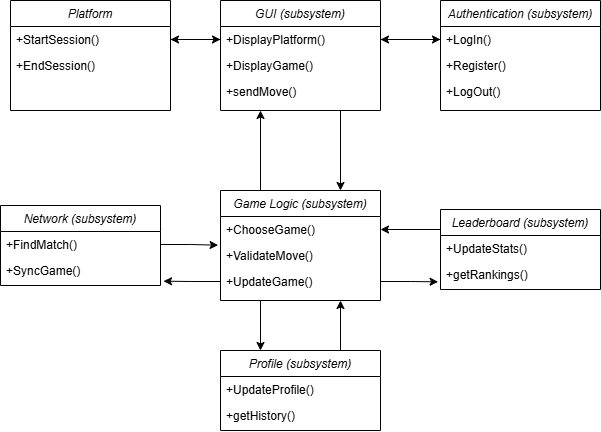
kelsierfin/BasicGamingPlatform keeps this draw.io diagram as Integration Team Files/Class_Diagram_Integration.drawio.png. Above is the earlier version. Source tidied: cells renumbered, new cells last; positions are measured from the earlier drawing's top-left corner, leaving out a move shared by most shapes.
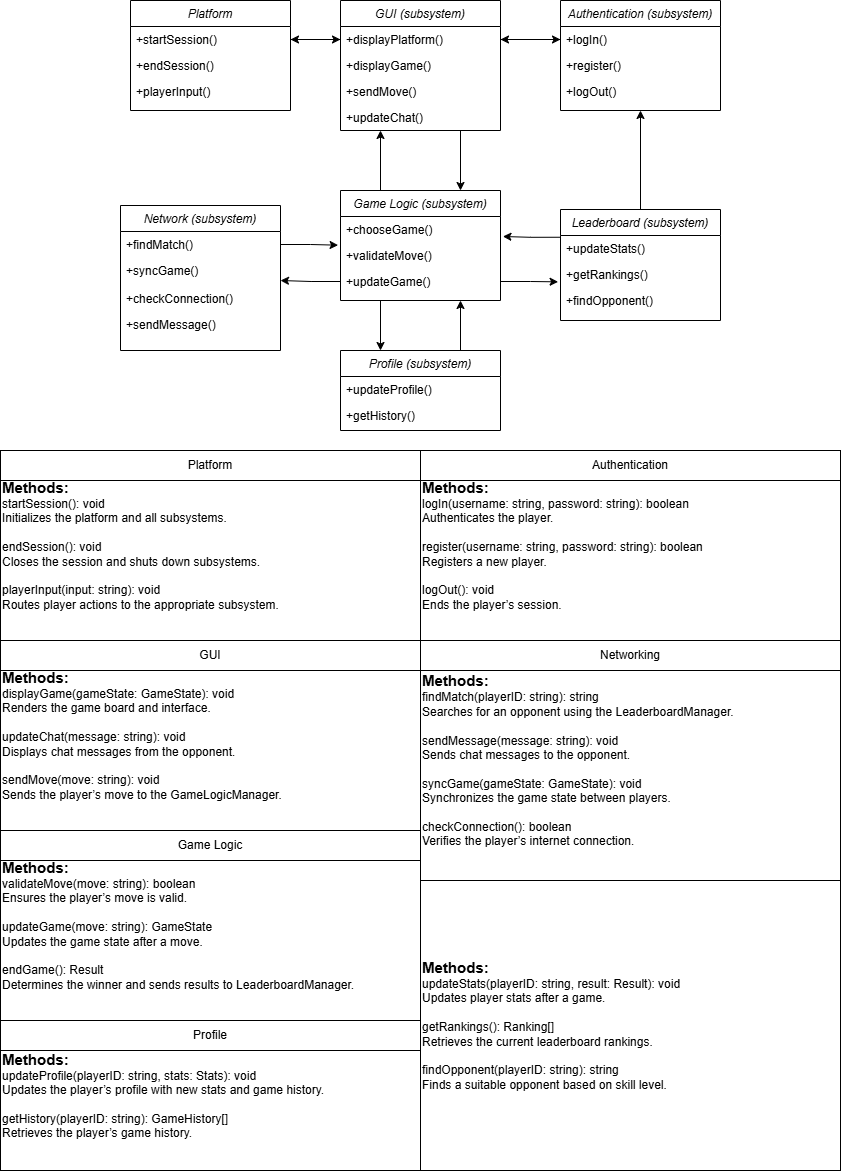
The same diagram one commit later.

The edit, as a diff of the source:
```diff
@@ -6,26 +6,32 @@
       <mxGeometry relative="1" as="geometry" />
     </mxCell>
     <mxCell id="3" value="GUI (subsystem)" style="swimlane;fontStyle=2;align=center;verticalAlign=top;horizontal=1;startSize=26;rounded=0;shadow=0;strokeWidth=1;" parent="1" vertex="1">
-      <mxGeometry x="220" width="160" height="110" as="geometry" />
+      <mxGeometry x="220" width="160" height="130" as="geometry" />
     </mxCell>
-    <mxCell id="4" value="+DisplayPlatform()" style="text;align=left;verticalAlign=top;spacingLeft=4;spacingRight=4;overflow=hidden;points=[[0,0.5],[1,0.5]];portConstraint=eastwest;" parent="3" vertex="1">
+    <mxCell id="4" value="+displayPlatform()" style="text;align=left;verticalAlign=top;spacingLeft=4;spacingRight=4;overflow=hidden;points=[[0,0.5],[1,0.5]];portConstraint=eastwest;" parent="3" vertex="1">
       <mxGeometry y="26" width="160" height="26" as="geometry" />
     </mxCell>
-    <mxCell id="5" value="+DisplayGame()" style="text;align=left;verticalAlign=top;spacingLeft=4;spacingRight=4;overflow=hidden;rounded=0;shadow=0;html=0;" parent="3" vertex="1">
+    <mxCell id="5" value="+displayGame()" style="text;align=left;verticalAlign=top;spacingLeft=4;spacingRight=4;overflow=hidden;rounded=0;shadow=0;html=0;" parent="3" vertex="1">
       <mxGeometry y="52" width="160" height="26" as="geometry" />
     </mxCell>
     <mxCell id="6" value="+sendMove()" style="text;align=left;verticalAlign=top;spacingLeft=4;spacingRight=4;overflow=hidden;rounded=0;shadow=0;html=0;" parent="3" vertex="1">
       <mxGeometry y="78" width="160" height="26" as="geometry" />
     </mxCell>
+    <mxCell id="38" value="+updateChat()" style="text;align=left;verticalAlign=top;spacingLeft=4;spacingRight=4;overflow=hidden;rounded=0;shadow=0;html=0;" parent="3" vertex="1">
+      <mxGeometry y="104" width="160" height="26" as="geometry" />
+    </mxCell>
     <mxCell id="7" value="Platform" style="swimlane;fontStyle=2;align=center;verticalAlign=top;horizontal=1;startSize=26;rounded=0;shadow=0;strokeWidth=1;" parent="1" vertex="1">
       <mxGeometry x="10" width="160" height="110" as="geometry" />
     </mxCell>
-    <mxCell id="8" value="+StartSession()" style="text;align=left;verticalAlign=top;spacingLeft=4;spacingRight=4;overflow=hidden;points=[[0,0.5],[1,0.5]];portConstraint=eastwest;" parent="7" vertex="1">
+    <mxCell id="8" value="+startSession()" style="text;align=left;verticalAlign=top;spacingLeft=4;spacingRight=4;overflow=hidden;points=[[0,0.5],[1,0.5]];portConstraint=eastwest;" parent="7" vertex="1">
       <mxGeometry y="26" width="160" height="26" as="geometry" />
     </mxCell>
-    <mxCell id="9" value="+EndSession()" style="text;align=left;verticalAlign=top;spacingLeft=4;spacingRight=4;overflow=hidden;rounded=0;shadow=0;html=0;" parent="7" vertex="1">
+    <mxCell id="9" value="+endSession()" style="text;align=left;verticalAlign=top;spacingLeft=4;spacingRight=4;overflow=hidden;rounded=0;shadow=0;html=0;" parent="7" vertex="1">
       <mxGeometry y="52" width="160" height="26" as="geometry" />
     </mxCell>
+    <mxCell id="39" value="+playerInput()" style="text;align=left;verticalAlign=top;spacingLeft=4;spacingRight=4;overflow=hidden;rounded=0;shadow=0;html=0;" parent="7" vertex="1">
+      <mxGeometry y="78" width="160" height="26" as="geometry" />
+    </mxCell>
     <mxCell id="10" value="Authentication (subsystem)" style="swimlane;fontStyle=2;align=center;verticalAlign=top;horizontal=1;startSize=26;rounded=0;shadow=0;strokeWidth=1;" parent="1" vertex="1">
       <mxGeometry x="440" width="160" height="110" as="geometry" />
     </mxCell>
@@ -34,13 +40,13 @@
         <mxPoint x="-60" y="39" as="targetPoint" />
       </mxGeometry>
     </mxCell>
-    <mxCell id="12" value="+LogIn()" style="text;align=left;verticalAlign=top;spacingLeft=4;spacingRight=4;overflow=hidden;points=[[0,0.5],[1,0.5]];portConstraint=eastwest;" parent="10" vertex="1">
+    <mxCell id="12" value="+logIn()" style="text;align=left;verticalAlign=top;spacingLeft=4;spacingRight=4;overflow=hidden;points=[[0,0.5],[1,0.5]];portConstraint=eastwest;" parent="10" vertex="1">
       <mxGeometry y="26" width="160" height="26" as="geometry" />
     </mxCell>
-    <mxCell id="13" value="+Register()" style="text;align=left;verticalAlign=top;spacingLeft=4;spacingRight=4;overflow=hidden;rounded=0;shadow=0;html=0;" parent="10" vertex="1">
+    <mxCell id="13" value="+register()" style="text;align=left;verticalAlign=top;spacingLeft=4;spacingRight=4;overflow=hidden;rounded=0;shadow=0;html=0;" parent="10" vertex="1">
       <mxGeometry y="52" width="160" height="26" as="geometry" />
     </mxCell>
-    <mxCell id="14" value="+LogOut()" style="text;align=left;verticalAlign=top;spacingLeft=4;spacingRight=4;overflow=hidden;rounded=0;shadow=0;html=0;" parent="10" vertex="1">
+    <mxCell id="14" value="+logOut()" style="text;align=left;verticalAlign=top;spacingLeft=4;spacingRight=4;overflow=hidden;rounded=0;shadow=0;html=0;" parent="10" vertex="1">
       <mxGeometry y="78" width="160" height="26" as="geometry" />
     </mxCell>
     <mxCell id="15" style="edgeStyle=orthogonalEdgeStyle;rounded=0;jettySize=auto;html=1;exitX=0.25;exitY=0;exitDx=0;exitDy=0;entryX=0.25;entryY=1;entryDx=0;entryDy=0;" parent="1" edge="1" source="17" target="3">
@@ -52,43 +58,55 @@
     <mxCell id="17" value="Game Logic (subsystem)" style="swimlane;fontStyle=2;align=center;verticalAlign=top;horizontal=1;startSize=26;rounded=0;shadow=0;strokeWidth=1;" parent="1" vertex="1">
       <mxGeometry x="220" y="190" width="160" height="110" as="geometry" />
     </mxCell>
-    <mxCell id="18" value="+ChooseGame()" style="text;align=left;verticalAlign=top;spacingLeft=4;spacingRight=4;overflow=hidden;points=[[0,0.5],[1,0.5]];portConstraint=eastwest;" parent="17" vertex="1">
+    <mxCell id="18" value="+chooseGame()" style="text;align=left;verticalAlign=top;spacingLeft=4;spacingRight=4;overflow=hidden;points=[[0,0.5],[1,0.5]];portConstraint=eastwest;" parent="17" vertex="1">
       <mxGeometry y="26" width="160" height="26" as="geometry" />
     </mxCell>
-    <mxCell id="19" value="+ValidateMove()" style="text;align=left;verticalAlign=top;spacingLeft=4;spacingRight=4;overflow=hidden;points=[[0,0.5],[1,0.5]];portConstraint=eastwest;rounded=0;shadow=0;html=0;" parent="17" vertex="1">
+    <mxCell id="19" value="+validateMove()" style="text;align=left;verticalAlign=top;spacingLeft=4;spacingRight=4;overflow=hidden;points=[[0,0.5],[1,0.5]];portConstraint=eastwest;rounded=0;shadow=0;html=0;" parent="17" vertex="1">
       <mxGeometry y="52" width="160" height="26" as="geometry" />
     </mxCell>
-    <mxCell id="20" value="+UpdateGame()" style="text;align=left;verticalAlign=top;spacingLeft=4;spacingRight=4;overflow=hidden;points=[[0,0.5],[1,0.5]];portConstraint=eastwest;rounded=0;shadow=0;html=0;" parent="17" vertex="1">
+    <mxCell id="20" value="+updateGame()" style="text;align=left;verticalAlign=top;spacingLeft=4;spacingRight=4;overflow=hidden;points=[[0,0.5],[1,0.5]];portConstraint=eastwest;rounded=0;shadow=0;html=0;" parent="17" vertex="1">
       <mxGeometry y="78" width="160" height="26" as="geometry" />
     </mxCell>
     <mxCell id="21" value="Network (subsystem)" style="swimlane;fontStyle=2;align=center;verticalAlign=top;horizontal=1;startSize=26;rounded=0;shadow=0;strokeWidth=1;" parent="1" vertex="1">
-      <mxGeometry y="205" width="160" height="80" as="geometry" />
+      <mxGeometry y="205" width="160" height="145" as="geometry" />
     </mxCell>
-    <mxCell id="22" value="+FindMatch()" style="text;align=left;verticalAlign=top;spacingLeft=4;spacingRight=4;overflow=hidden;points=[[0,0.5],[1,0.5]];portConstraint=eastwest;" parent="21" vertex="1">
+    <mxCell id="22" value="+findMatch()" style="text;align=left;verticalAlign=top;spacingLeft=4;spacingRight=4;overflow=hidden;points=[[0,0.5],[1,0.5]];portConstraint=eastwest;" parent="21" vertex="1">
       <mxGeometry y="26" width="160" height="26" as="geometry" />
     </mxCell>
-    <mxCell id="23" value="+SyncGame()" style="text;align=left;verticalAlign=top;spacingLeft=4;spacingRight=4;overflow=hidden;points=[[0,0.5],[1,0.5]];portConstraint=eastwest;rounded=0;shadow=0;html=0;" parent="21" vertex="1">
-      <mxGeometry y="52" width="160" height="26" as="geometry" />
+    <mxCell id="23" value="+syncGame()" style="text;align=left;verticalAlign=top;spacingLeft=4;spacingRight=4;overflow=hidden;points=[[0,0.5],[1,0.5]];portConstraint=eastwest;rounded=0;shadow=0;html=0;" parent="21" vertex="1">
+      <mxGeometry y="52" width="160" height="28" as="geometry" />
     </mxCell>
+    <mxCell id="40" value="+checkConnection()" style="text;align=left;verticalAlign=top;spacingLeft=4;spacingRight=4;overflow=hidden;rounded=0;shadow=0;html=0;" parent="21" vertex="1">
+      <mxGeometry y="80" width="160" height="26" as="geometry" />
+    </mxCell>
+    <mxCell id="41" value="+sendMessage()" style="text;align=left;verticalAlign=top;spacingLeft=4;spacingRight=4;overflow=hidden;rounded=0;shadow=0;html=0;" parent="21" vertex="1">
+      <mxGeometry y="106" width="160" height="26" as="geometry" />
+    </mxCell>
-    <mxCell id="24" style="edgeStyle=orthogonalEdgeStyle;rounded=0;jettySize=auto;html=1;exitX=0;exitY=0.25;exitDx=0;exitDy=0;entryX=1;entryY=0.5;entryDx=0;entryDy=0;" parent="1" edge="1" source="25" target="18">
+    <mxCell id="24" style="edgeStyle=orthogonalEdgeStyle;rounded=0;jettySize=auto;html=1;exitX=0;exitY=0.25;exitDx=0;exitDy=0;entryX=1.015;entryY=0.769;entryDx=0;entryDy=0;entryPerimeter=0;" parent="1" edge="1" source="25" target="18">
       <mxGeometry relative="1" as="geometry" />
     </mxCell>
+    <mxCell id="42" style="edgeStyle=orthogonalEdgeStyle;rounded=0;jettySize=auto;html=1;exitX=0.5;exitY=0;exitDx=0;exitDy=0;entryX=0.5;entryY=1;entryDx=0;entryDy=0;" parent="1" edge="1" source="25" target="10">
+      <mxGeometry relative="1" as="geometry" />
+    </mxCell>
     <mxCell id="25" value="Leaderboard (subsystem)" style="swimlane;fontStyle=2;align=center;verticalAlign=top;horizontal=1;startSize=26;rounded=0;shadow=0;strokeWidth=1;" parent="1" vertex="1">
-      <mxGeometry x="440" y="209" width="160" height="80" as="geometry" />
+      <mxGeometry x="440" y="209" width="160" height="111" as="geometry" />
     </mxCell>
-    <mxCell id="26" value="+UpdateStats()" style="text;align=left;verticalAlign=top;spacingLeft=4;spacingRight=4;overflow=hidden;" parent="25" vertex="1">
+    <mxCell id="26" value="+updateStats()" style="text;align=left;verticalAlign=top;spacingLeft=4;spacingRight=4;overflow=hidden;" parent="25" vertex="1">
       <mxGeometry y="26" width="160" height="26" as="geometry" />
     </mxCell>
     <mxCell id="27" value="+getRankings()" style="text;align=left;verticalAlign=top;spacingLeft=4;spacingRight=4;overflow=hidden;points=[[0,0.5],[1,0.5]];portConstraint=eastwest;rounded=0;shadow=0;html=0;" parent="25" vertex="1">
       <mxGeometry y="52" width="160" height="26" as="geometry" />
     </mxCell>
+    <mxCell id="43" value="+findOpponent()" style="text;align=left;verticalAlign=top;spacingLeft=4;spacingRight=4;overflow=hidden;rounded=0;shadow=0;html=0;" parent="25" vertex="1">
+      <mxGeometry y="78" width="160" height="26" as="geometry" />
+    </mxCell>
     <mxCell id="28" style="edgeStyle=orthogonalEdgeStyle;rounded=0;jettySize=auto;html=1;exitX=0.75;exitY=0;exitDx=0;exitDy=0;entryX=0.75;entryY=1;entryDx=0;entryDy=0;" parent="1" edge="1" source="29" target="17">
       <mxGeometry relative="1" as="geometry" />
     </mxCell>
     <mxCell id="29" value="Profile (subsystem)" style="swimlane;fontStyle=2;align=center;verticalAlign=top;horizontal=1;startSize=26;rounded=0;shadow=0;strokeWidth=1;" parent="1" vertex="1">
       <mxGeometry x="220" y="350" width="160" height="80" as="geometry" />
     </mxCell>
-    <mxCell id="30" value="+UpdateProfile()" style="text;align=left;verticalAlign=top;spacingLeft=4;spacingRight=4;overflow=hidden;" parent="29" vertex="1">
+    <mxCell id="30" value="+updateProfile()" style="text;align=left;verticalAlign=top;spacingLeft=4;spacingRight=4;overflow=hidden;" parent="29" vertex="1">
       <mxGeometry y="26" width="160" height="26" as="geometry" />
     </mxCell>
     <mxCell id="31" value="+getHistory()" style="text;align=left;verticalAlign=top;spacingLeft=4;spacingRight=4;overflow=hidden;rounded=0;shadow=0;html=0;" parent="29" vertex="1">
@@ -109,8 +127,64 @@
     <mxCell id="36" style="edgeStyle=orthogonalEdgeStyle;rounded=0;jettySize=auto;html=1;exitX=1;exitY=0.5;exitDx=0;exitDy=0;entryX=-0.015;entryY=0.103;entryDx=0;entryDy=0;entryPerimeter=0;" parent="1" edge="1" source="22" target="19">
       <mxGeometry relative="1" as="geometry" />
     </mxCell>
-    <mxCell id="37" style="edgeStyle=orthogonalEdgeStyle;rounded=0;jettySize=auto;html=1;exitX=0;exitY=0.5;exitDx=0;exitDy=0;entryX=1.019;entryY=0.91;entryDx=0;entryDy=0;entryPerimeter=0;" parent="1" edge="1" source="20" target="23">
-      <mxGeometry relative="1" as="geometry" />
+    <mxCell id="37" style="edgeStyle=orthogonalEdgeStyle;rounded=0;jettySize=auto;html=1;exitX=0;exitY=0.5;exitDx=0;exitDy=0;" parent="1" edge="1" source="20">
+      <mxGeometry relative="1" as="geometry">
+        <mxPoint x="160" y="280" as="targetPoint" />
+      </mxGeometry>
     </mxCell>
+    <mxCell id="44" style="group;" parent="1" vertex="1">
+      <mxGeometry x="-120" y="450" width="840" height="720" as="geometry" />
+    </mxCell>
+    <mxCell id="45" style="html=1;whiteSpace=wrap;" parent="44" vertex="1">
+      <mxGeometry width="840" height="720" as="geometry" />
+    </mxCell>
+    <mxCell id="46" value="&lt;b&gt;&lt;font style=&quot;font-size: 15px;&quot;&gt;Methods:&lt;/font&gt;&lt;/b&gt;&lt;br&gt;startSession():&amp;nbsp;void&lt;br&gt;Initializes the platform and all subsystems.&lt;div&gt;&lt;br&gt;&lt;/div&gt;&lt;div&gt;endSession():&amp;nbsp;void&lt;br&gt;Closes the session and shuts down subsystems.&lt;/div&gt;&lt;div&gt;&lt;br&gt;&lt;/div&gt;&lt;div&gt;playerInput(input: string):&amp;nbsp;void&lt;br&gt;Routes player actions to the appropriate subsystem.&lt;/div&gt;" style="html=1;whiteSpace=wrap;align=left;" parent="44" vertex="1">
+      <mxGeometry width="420" height="190" as="geometry" />
+    </mxCell>
+    <mxCell id="47" value="Platform" style="html=1;whiteSpace=wrap;" parent="44" vertex="1">
+      <mxGeometry width="420" height="30" as="geometry" />
+    </mxCell>
+    <mxCell id="48" value="&lt;font style=&quot;font-size: 15px;&quot;&gt;&lt;b&gt;Methods:&lt;br&gt;&lt;/b&gt;&lt;/font&gt;updateProfile(playerID: string, stats: Stats):&amp;nbsp;void&lt;br&gt;Updates the player’s profile with new stats and game history.&lt;div&gt;&lt;br&gt;&lt;/div&gt;&lt;div&gt;getHistory(playerID: string):&amp;nbsp;GameHistory[]&lt;br&gt;Retrieves the player’s game history.&lt;/div&gt;" style="html=1;whiteSpace=wrap;align=left;" parent="44" vertex="1">
+      <mxGeometry y="570" width="420" height="150" as="geometry" />
+    </mxCell>
+    <mxCell id="49" style="group;" parent="44" vertex="1">
+      <mxGeometry y="190" width="840" height="410" as="geometry" />
+    </mxCell>
+    <mxCell id="50" value="&lt;font style=&quot;font-size: 15px;&quot;&gt;&lt;b&gt;Methods:&lt;br&gt;&lt;/b&gt;&lt;/font&gt;displayGame(gameState: GameState):&amp;nbsp;void&lt;br&gt;Renders the game board and interface.&lt;div&gt;&lt;br&gt;&lt;/div&gt;&lt;div&gt;updateChat(message: string):&amp;nbsp;void&lt;br&gt;Displays chat messages from the opponent.&lt;/div&gt;&lt;div&gt;&lt;br&gt;&lt;/div&gt;&lt;div&gt;sendMove(move: string):&amp;nbsp;void&lt;br&gt;Sends the player’s move to the&amp;nbsp;GameLogicManager.&lt;/div&gt;" style="html=1;whiteSpace=wrap;align=left;" parent="49" vertex="1">
+      <mxGeometry width="420" height="190" as="geometry" />
+    </mxCell>
+    <mxCell id="51" value="GUI" style="html=1;whiteSpace=wrap;" parent="49" vertex="1">
+      <mxGeometry width="420" height="30" as="geometry" />
+    </mxCell>
+    <mxCell id="52" value="&lt;b&gt;&lt;font style=&quot;font-size: 15px;&quot;&gt;Methods:&lt;br&gt;&lt;/font&gt;&lt;/b&gt;findMatch(playerID: string):&amp;nbsp;string&lt;br&gt;Searches for an opponent using the&amp;nbsp;LeaderboardManager.&lt;div&gt;&lt;br&gt;&lt;/div&gt;&lt;div&gt;sendMessage(message: string):&amp;nbsp;void&lt;br&gt;Sends chat messages to the opponent.&lt;/div&gt;&lt;div&gt;&lt;br&gt;&lt;/div&gt;&lt;div&gt;syncGame(gameState: GameState):&amp;nbsp;void&lt;br&gt;Synchronizes the game state between players.&lt;/div&gt;&lt;div&gt;&lt;br&gt;&lt;/div&gt;&lt;div&gt;checkConnection():&amp;nbsp;boolean&lt;br&gt;Verifies the player’s internet connection.&lt;/div&gt;" style="html=1;whiteSpace=wrap;align=left;" parent="49" vertex="1">
+      <mxGeometry x="420" width="420" height="240" as="geometry" />
+    </mxCell>
+    <mxCell id="53" value="Networking" style="html=1;whiteSpace=wrap;" parent="49" vertex="1">
+      <mxGeometry x="420" width="420" height="30" as="geometry" />
+    </mxCell>
+    <mxCell id="54" value="&lt;b&gt;&lt;font style=&quot;font-size: 15px;&quot;&gt;Methods:&lt;br&gt;&lt;/font&gt;&lt;/b&gt;validateMove(move: string):&amp;nbsp;boolean&lt;br&gt;Ensures the player’s move is valid.&lt;div&gt;&lt;br&gt;&lt;/div&gt;&lt;div&gt;updateGame(move: string):&amp;nbsp;GameState&lt;br&gt;Updates the game state after a move.&lt;/div&gt;&lt;div&gt;&lt;br&gt;&lt;/div&gt;&lt;div&gt;endGame():&amp;nbsp;Result&lt;br&gt;Determines the winner and sends results to&amp;nbsp;LeaderboardManager.&lt;/div&gt;" style="html=1;whiteSpace=wrap;align=left;" parent="49" vertex="1">
+      <mxGeometry y="190" width="420" height="190" as="geometry" />
+    </mxCell>
+    <mxCell id="55" value="Game Logic" style="html=1;whiteSpace=wrap;" parent="49" vertex="1">
+      <mxGeometry y="190" width="420" height="30" as="geometry" />
+    </mxCell>
+    <mxCell id="56" value="Leaderboard and Matchmaking" style="html=1;whiteSpace=wrap;" parent="49" vertex="1">
+      <mxGeometry x="420" y="240" width="420" height="30" as="geometry" />
+    </mxCell>
+    <mxCell id="57" value="Profile" style="html=1;whiteSpace=wrap;" parent="49" vertex="1">
+      <mxGeometry y="380" width="420" height="30" as="geometry" />
+    </mxCell>
+    <mxCell id="58" style="group;" parent="44" vertex="1">
+      <mxGeometry x="420" width="420" height="720" as="geometry" />
+    </mxCell>
+    <mxCell id="59" value="&lt;font style=&quot;font-size: 15px;&quot;&gt;&lt;b&gt;Methods:&lt;br&gt;&lt;/b&gt;&lt;/font&gt;logIn(username: string, password: string):&amp;nbsp;boolean&lt;br&gt;Authenticates the player.&lt;div&gt;&lt;br&gt;&lt;/div&gt;&lt;div&gt;register(username: string, password: string):&amp;nbsp;boolean&lt;br&gt;Registers a new player.&lt;/div&gt;&lt;div&gt;&lt;br&gt;&lt;/div&gt;&lt;div&gt;logOut():&amp;nbsp;void&lt;br&gt;Ends the player’s session.&lt;/div&gt;" style="html=1;whiteSpace=wrap;align=left;" parent="58" vertex="1">
+      <mxGeometry width="420" height="190" as="geometry" />
+    </mxCell>
+    <mxCell id="60" value="Authentication" style="html=1;whiteSpace=wrap;" parent="58" vertex="1">
+      <mxGeometry width="420" height="30" as="geometry" />
+    </mxCell>
+    <mxCell id="61" value="&lt;font style=&quot;font-size: 15px;&quot;&gt;&lt;b&gt;Methods:&lt;br&gt;&lt;/b&gt;&lt;/font&gt;updateStats(playerID: string, result: Result):&amp;nbsp;void&lt;br&gt;Updates player stats after a game.&lt;div&gt;&lt;br&gt;&lt;/div&gt;&lt;div&gt;getRankings():&amp;nbsp;Ranking[]&lt;br&gt;Retrieves the current leaderboard rankings.&lt;/div&gt;&lt;div&gt;&lt;br&gt;&lt;/div&gt;&lt;div&gt;findOpponent(playerID: string):&amp;nbsp;string&lt;br&gt;Finds a suitable opponent based on skill level.&lt;/div&gt;" style="html=1;whiteSpace=wrap;align=left;" parent="58" vertex="1">
+      <mxGeometry y="430" width="420" height="290" as="geometry" />
+    </mxCell>
   </root>
 </mxGraphModel>
```
